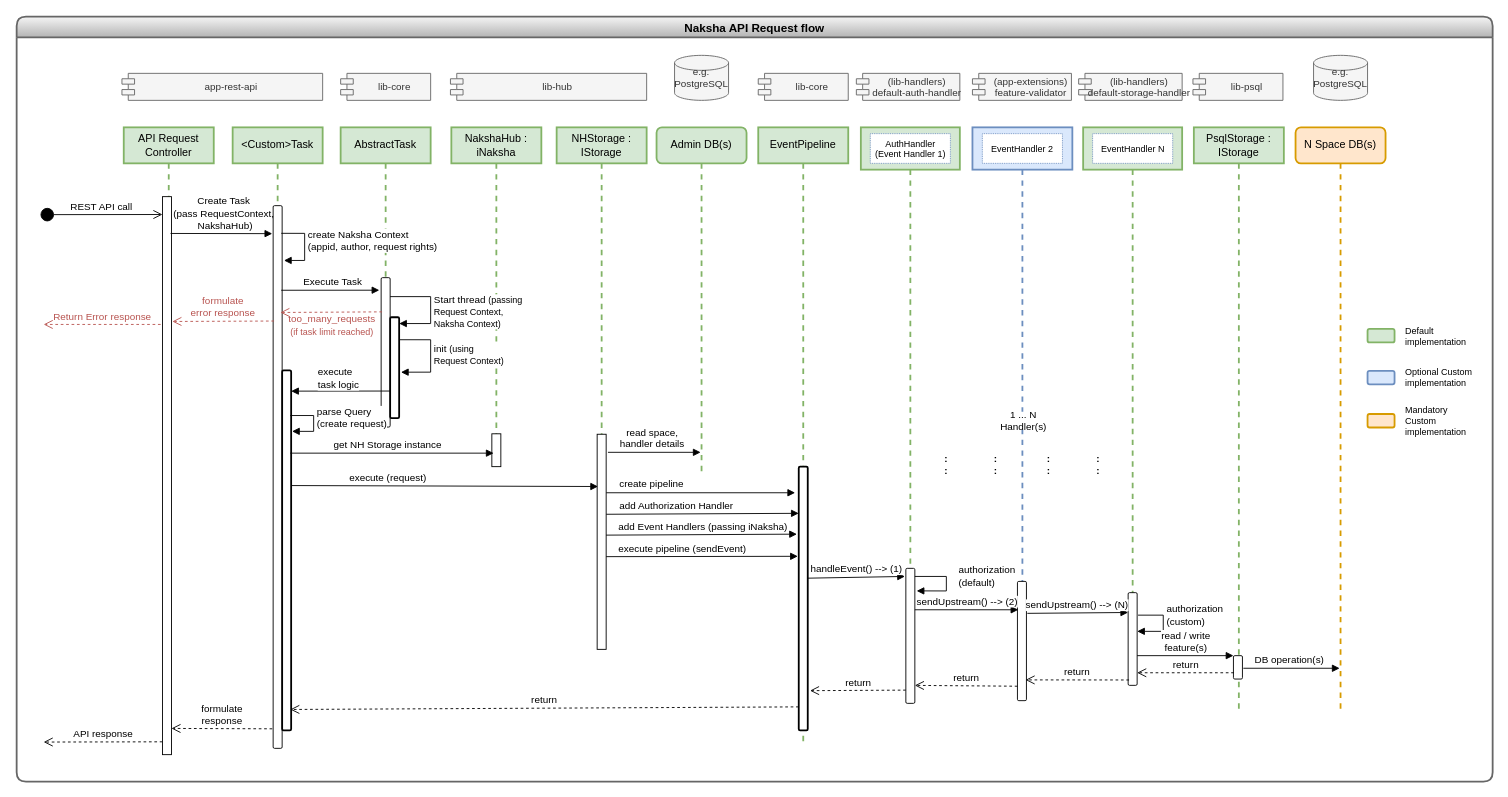
Before: docs/diagrams/api_request_flow.drawio in heremaps/xyz-hub, a draw.io diagram. Source tidied: cells renumbered, new cells numbered last; positions are measured from the earlier drawing's top-left corner, leaving out a move shared by most shapes. Both pictures are drawn from the tidied source at 90%, with x=0, y=0 at pixel (16, 16).
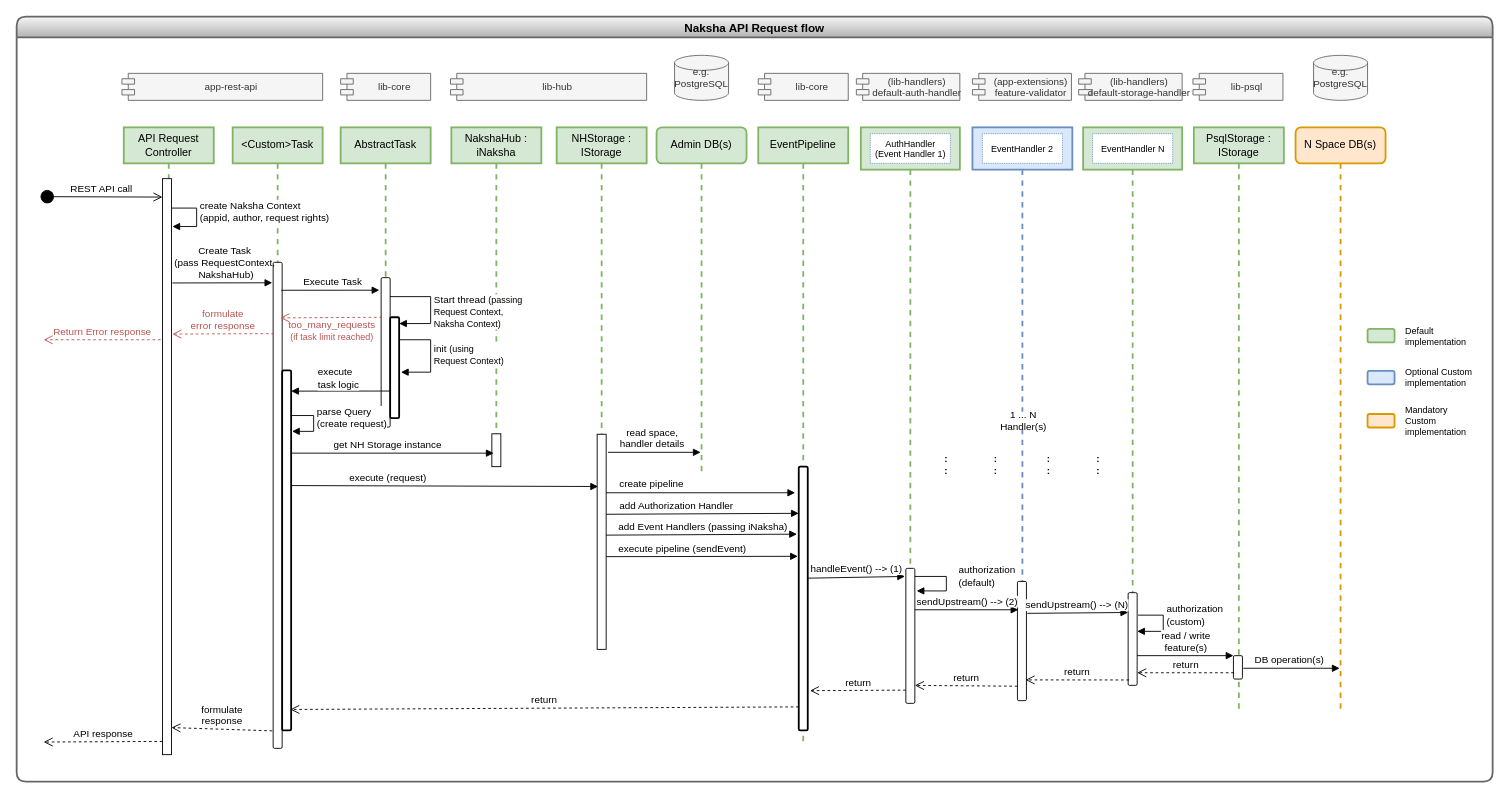
Above is the later version.

Commit message (it also covers changes not shown here):
Updated request flow diagram

Unchanged cells that the change refers to:
```xml
<mxCell id="6" value="Naksha API Request flow" style="swimlane;rounded=1;shadow=0;sketch=0;fontSize=13;strokeWidth=2;fillColor=#f5f5f5;gradientColor=#b3b3b3;strokeColor=#666666;" parent="1" vertex="1">
  <mxGeometry width="1640" height="850" as="geometry" />
</mxCell>
<mxCell id="49" style="html=1;points=[];perimeter=orthogonalPerimeter;rounded=1;shadow=0;sketch=0;fontSize=11;strokeColor=#000000;strokeWidth=1;" parent="48" vertex="1">
  <mxGeometry x="45" y="167" width="10" height="166" as="geometry" />
</mxCell>
<mxCell id="55" value="&amp;lt;Custom&amp;gt;Task" style="shape=umlLifeline;perimeter=lifelinePerimeter;whiteSpace=wrap;html=1;fillColor=#d5e8d4;strokeColor=#82b366;strokeWidth=2;" parent="6" vertex="1">
  <mxGeometry x="240" y="123" width="100" height="690" as="geometry" />
</mxCell>
```

Diff of the diagram source:
```diff
@@
     <mxCell id="41" style="html=1;points=[];perimeter=orthogonalPerimeter;" parent="6" vertex="1">
-      <mxGeometry x="162" y="200" width="10" height="620" as="geometry" />
+      <mxGeometry x="162" y="180" width="10" height="640" as="geometry" />
     </mxCell>
     <mxCell id="42" value="REST API call" style="html=1;verticalAlign=bottom;startArrow=circle;startFill=1;endArrow=open;startSize=6;endSize=8;rounded=0;fontSize=11;entryX=0;entryY=0.032;entryDx=0;entryDy=0;entryPerimeter=0;" parent="6" edge="1" target="41">
       <mxGeometry relative="1" as="geometry">
-        <mxPoint x="26" y="220" as="sourcePoint" />
+        <mxPoint x="26" y="200" as="sourcePoint" />
       </mxGeometry>
     </mxCell>
@@
     <mxCell id="56" style="html=1;points=[];perimeter=orthogonalPerimeter;rounded=1;shadow=0;sketch=0;fontSize=11;strokeColor=#000000;strokeWidth=1;" parent="55" vertex="1">
-      <mxGeometry x="45" y="87" width="10" height="603" as="geometry" />
+      <mxGeometry x="45" y="150" width="10" height="540" as="geometry" />
     </mxCell>
@@
-    <mxCell id="59" value="create Naksha Context&lt;br&gt;(appid, author, request rights)" style="edgeStyle=orthogonalEdgeStyle;html=1;align=left;spacingLeft=2;endArrow=block;rounded=0;fontSize=11;fontColor=#000000;entryX=1.2;entryY=0.101;entryDx=0;entryDy=0;entryPerimeter=0;exitX=0.9;exitY=0.051;exitDx=0;exitDy=0;exitPerimeter=0;" parent="55" edge="1" source="56" target="56">
-      <mxGeometry x="-0.14" relative="1" as="geometry">
-        <Array as="points">
-          <mxPoint x="80" y="118" />
-          <mxPoint x="80" y="148" />
-        </Array>
-      </mxGeometry>
-    </mxCell>
-    <mxCell id="60" value="Create Task&lt;br&gt;(pass RequestContext,&lt;br&gt;&amp;nbsp;NakshaHub)" style="html=1;verticalAlign=bottom;endArrow=block;rounded=0;fontSize=11;labelBackgroundColor=none;exitX=0.9;exitY=0.068;exitDx=0;exitDy=0;exitPerimeter=0;entryX=-0.1;entryY=0.05;entryDx=0;entryDy=0;entryPerimeter=0;" parent="6" edge="1">
+    <mxCell id="60" value="Create Task&lt;br&gt;(pass RequestContext,&lt;br&gt;&amp;nbsp;NakshaHub)" style="html=1;verticalAlign=bottom;endArrow=block;rounded=0;fontSize=11;labelBackgroundColor=none;exitX=1.1;exitY=0.145;exitDx=0;exitDy=0;exitPerimeter=0;entryX=-0.1;entryY=0.031;entryDx=0;entryDy=0;entryPerimeter=0;" parent="6" edge="1">
       <mxGeometry x="0.04" relative="1" as="geometry">
-        <mxPoint x="171" y="240.9" as="sourcePoint" />
-        <mxPoint x="284" y="241.1" as="targetPoint" />
+        <mxPoint x="173" y="295.9" as="sourcePoint" />
+        <mxPoint x="284" y="295.7" as="targetPoint" />
       </mxGeometry>
     </mxCell>
@@
-    <mxCell id="62" value="too_many_requests&lt;br style=&quot;font-size: 11px&quot;&gt;&lt;font style=&quot;font-size: 10px&quot;&gt;(if task limit reached)&lt;/font&gt;" style="html=1;verticalAlign=middle;endArrow=open;dashed=1;endSize=8;rounded=0;fontSize=11;labelBackgroundColor=none;exitX=0.1;exitY=0.229;exitDx=0;exitDy=0;exitPerimeter=0;fillColor=#f8cecc;strokeColor=#B85450;fontColor=#B85450;entryX=0.8;entryY=0.109;entryDx=0;entryDy=0;entryPerimeter=0;" parent="6" edge="1" source="49">
+    <mxCell id="62" value="too_many_requests&lt;br style=&quot;font-size: 11px&quot;&gt;&lt;font style=&quot;font-size: 10px&quot;&gt;(if task limit reached)&lt;/font&gt;" style="html=1;verticalAlign=middle;endArrow=open;dashed=1;endSize=8;rounded=0;fontSize=11;labelBackgroundColor=none;exitX=0.1;exitY=0.229;exitDx=0;exitDy=0;exitPerimeter=0;fillColor=#f8cecc;strokeColor=#B85450;fontColor=#B85450;entryX=0.8;entryY=0.109;entryDx=0;entryDy=0;entryPerimeter=0;" parent="6" edge="1">
       <mxGeometry x="-0.01" y="15" relative="1" as="geometry">
-        <mxPoint x="293" y="328.7" as="targetPoint" />
+        <mxPoint x="406" y="334" as="sourcePoint" />
+        <mxPoint x="293" y="334.7" as="targetPoint" />
       </mxGeometry>
     </mxCell>
     <mxCell id="63" value="formulate&lt;br&gt;error response" style="html=1;verticalAlign=bottom;endArrow=open;dashed=1;endSize=8;exitX=0.1;exitY=0.143;rounded=0;fontSize=11;exitDx=0;exitDy=0;exitPerimeter=0;entryX=1.1;entryY=0.156;entryDx=0;entryDy=0;entryPerimeter=0;fillColor=#f8cecc;strokeColor=#B85450;fontColor=#B85450;" parent="6" edge="1">
       <mxGeometry relative="1" as="geometry">
-        <mxPoint x="286" y="338.2" as="sourcePoint" />
-        <mxPoint x="173" y="338.7" as="targetPoint" />
+        <mxPoint x="286" y="352.2" as="sourcePoint" />
+        <mxPoint x="173" y="352.7" as="targetPoint" />
       </mxGeometry>
     </mxCell>
@@
+    <mxCell id="59" value="create Naksha Context&lt;br&gt;(appid, author, request rights)" style="edgeStyle=orthogonalEdgeStyle;html=1;align=left;spacingLeft=2;endArrow=block;rounded=0;fontSize=11;fontColor=#000000;entryX=1.1;entryY=0.069;entryDx=0;entryDy=0;entryPerimeter=0;exitX=1;exitY=0.037;exitDx=0;exitDy=0;exitPerimeter=0;" parent="6" edge="1">
+      <mxGeometry x="-0.14" relative="1" as="geometry">
+        <mxPoint x="172" y="212.7" as="sourcePoint" />
+        <mxPoint x="173" y="233.2" as="targetPoint" />
+        <Array as="points">
+          <mxPoint x="200" y="213" />
+          <mxPoint x="200" y="233" />
+        </Array>
+      </mxGeometry>
+    </mxCell>
     <mxCell id="80" value="Return Error response" style="html=1;verticalAlign=bottom;endArrow=open;dashed=1;endSize=8;rounded=0;fontSize=11;fillColor=#f8cecc;strokeColor=#B85450;fontColor=#B85450;" parent="1" edge="1">
       <mxGeometry relative="1" as="geometry">
-        <mxPoint x="160" y="342" as="sourcePoint" />
-        <mxPoint x="30" y="342" as="targetPoint" />
+        <mxPoint x="160" y="359" as="sourcePoint" />
+        <mxPoint x="30" y="359" as="targetPoint" />
       </mxGeometry>
     </mxCell>
```
